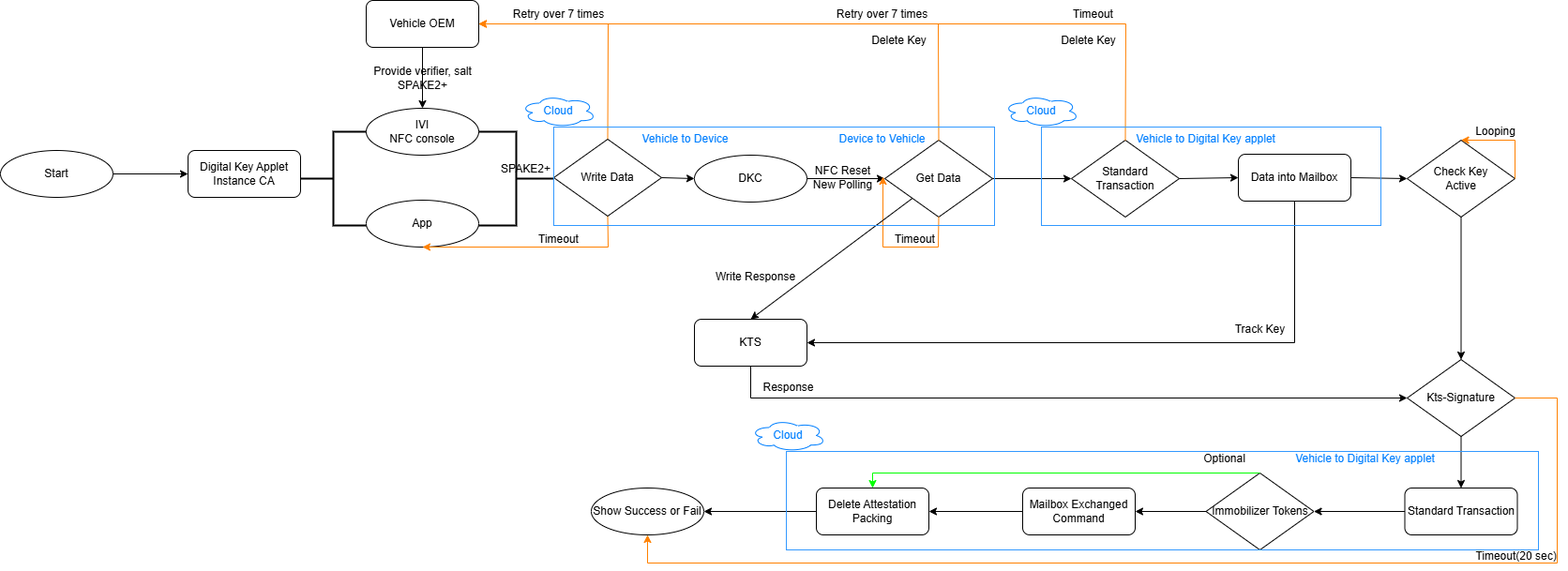
Before: Present_OwnerParing.drawio.png, a diagram exported from draw.io (LaurenHsu31/DKC). Source tidied: cells renumbered, new cells last; positions are measured from the earlier drawing's top-left corner, leaving out a move shared by most shapes.
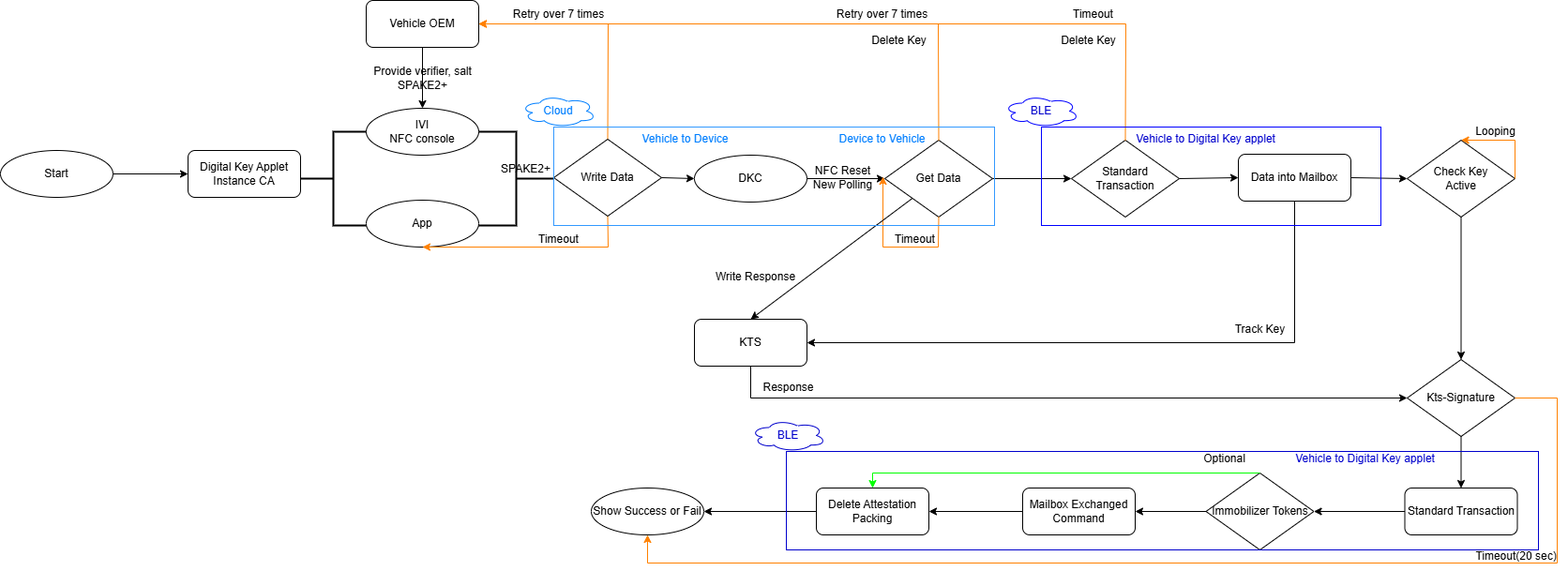
Above is the later version.

What changed in the source:
```diff
@@ -234,25 +234,25 @@
     <mxCell id="64" value="&lt;font style=&quot;color: rgb(0, 127, 255);&quot;&gt;Device to Vehicle&lt;/font&gt;" style="text;html=1;align=center;verticalAlign=middle;strokeColor=none;fillColor=none;" parent="1" vertex="1">
       <mxGeometry x="880" y="133" width="120" height="30" as="geometry" />
     </mxCell>
-    <mxCell id="65" style="rounded=0;whiteSpace=wrap;html=1;fillColor=none;strokeColor=#3399FF;" parent="1" vertex="1">
+    <mxCell id="65" style="rounded=0;whiteSpace=wrap;html=1;fillColor=none;strokeColor=#0000FF;" parent="1" vertex="1">
       <mxGeometry x="1110" y="135" width="362" height="105" as="geometry" />
     </mxCell>
-    <mxCell id="66" value="&lt;font style=&quot;color: rgb(0, 127, 255);&quot;&gt;Vehicle to Digital Key applet&lt;/font&gt;" style="text;html=1;align=center;verticalAlign=middle;strokeColor=none;fillColor=none;" parent="1" vertex="1">
+    <mxCell id="66" value="&lt;font style=&quot;color: rgb(0, 0, 204);&quot;&gt;Vehicle to Digital Key applet&lt;/font&gt;" style="text;html=1;align=center;verticalAlign=middle;strokeColor=none;fillColor=none;" parent="1" vertex="1">
       <mxGeometry x="1200" y="133" width="170" height="30" as="geometry" />
     </mxCell>
-    <mxCell id="67" style="rounded=0;whiteSpace=wrap;html=1;fillColor=none;strokeColor=#3399FF;" parent="1" vertex="1">
+    <mxCell id="67" style="rounded=0;whiteSpace=wrap;html=1;fillColor=none;strokeColor=#0000CC;" parent="1" vertex="1">
       <mxGeometry x="838" y="481" width="802" height="105" as="geometry" />
     </mxCell>
-    <mxCell id="68" value="&lt;font style=&quot;color: rgb(0, 127, 255);&quot;&gt;Vehicle to Digital Key applet&lt;/font&gt;" style="text;html=1;align=center;verticalAlign=middle;strokeColor=none;fillColor=none;" parent="1" vertex="1">
+    <mxCell id="68" value="&lt;font style=&quot;color: rgb(0, 0, 204);&quot;&gt;Vehicle to Digital Key applet&lt;/font&gt;" style="text;html=1;align=center;verticalAlign=middle;strokeColor=none;fillColor=none;" parent="1" vertex="1">
       <mxGeometry x="1370" y="474" width="170" height="30" as="geometry" />
     </mxCell>
     <mxCell id="69" value="&lt;font style=&quot;color: rgb(0, 127, 255);&quot;&gt;Cloud&lt;/font&gt;" style="ellipse;shape=cloud;whiteSpace=wrap;html=1;strokeColor=#007FFF;" parent="1" vertex="1">
       <mxGeometry x="555" y="101" width="80" height="34" as="geometry" />
     </mxCell>
-    <mxCell id="70" value="&lt;font style=&quot;color: rgb(0, 127, 255);&quot;&gt;Cloud&lt;/font&gt;" style="ellipse;shape=cloud;whiteSpace=wrap;html=1;strokeColor=#007FFF;" parent="1" vertex="1">
+    <mxCell id="70" value="&lt;font style=&quot;color: rgb(0, 0, 204);&quot;&gt;BLE&lt;/font&gt;" style="ellipse;shape=cloud;whiteSpace=wrap;html=1;strokeColor=#0000FF;" parent="1" vertex="1">
       <mxGeometry x="1070" y="101" width="80" height="34" as="geometry" />
     </mxCell>
-    <mxCell id="71" value="&lt;font style=&quot;color: rgb(0, 127, 255);&quot;&gt;Cloud&lt;/font&gt;" style="ellipse;shape=cloud;whiteSpace=wrap;html=1;strokeColor=#007FFF;" parent="1" vertex="1">
+    <mxCell id="71" value="&lt;font style=&quot;color: rgb(0, 0, 204);&quot;&gt;BLE&lt;/font&gt;" style="ellipse;shape=cloud;whiteSpace=wrap;html=1;strokeColor=#0000CC;" parent="1" vertex="1">
       <mxGeometry x="800" y="447" width="80" height="34" as="geometry" />
     </mxCell>
   </root>
```
